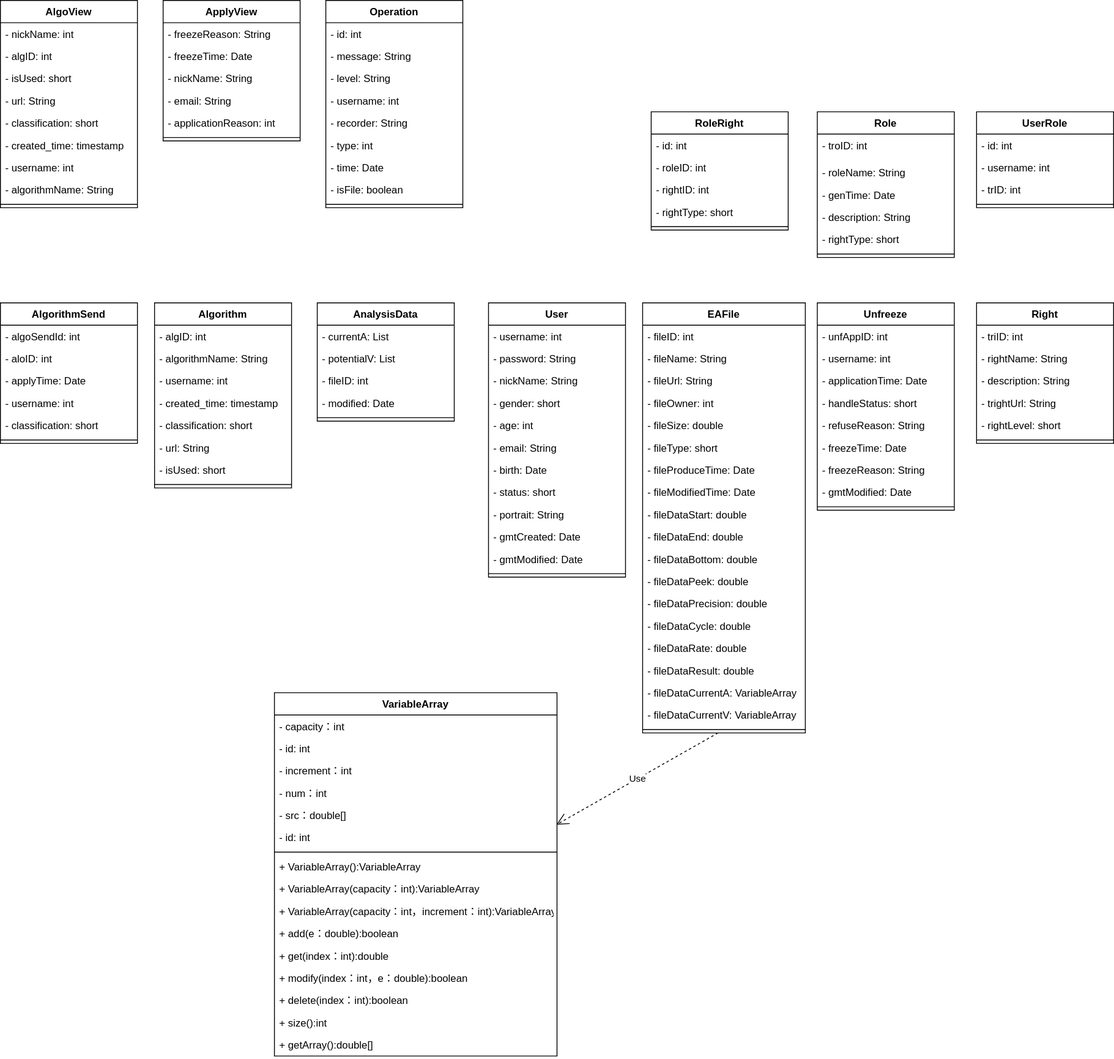
JDsen99/UML keeps this draw.io diagram as entity.svg. Above is the earlier version. Source tidied: cells renumbered, new cells last; positions are measured from the earlier drawing's top-left corner, leaving out a move shared by most shapes.
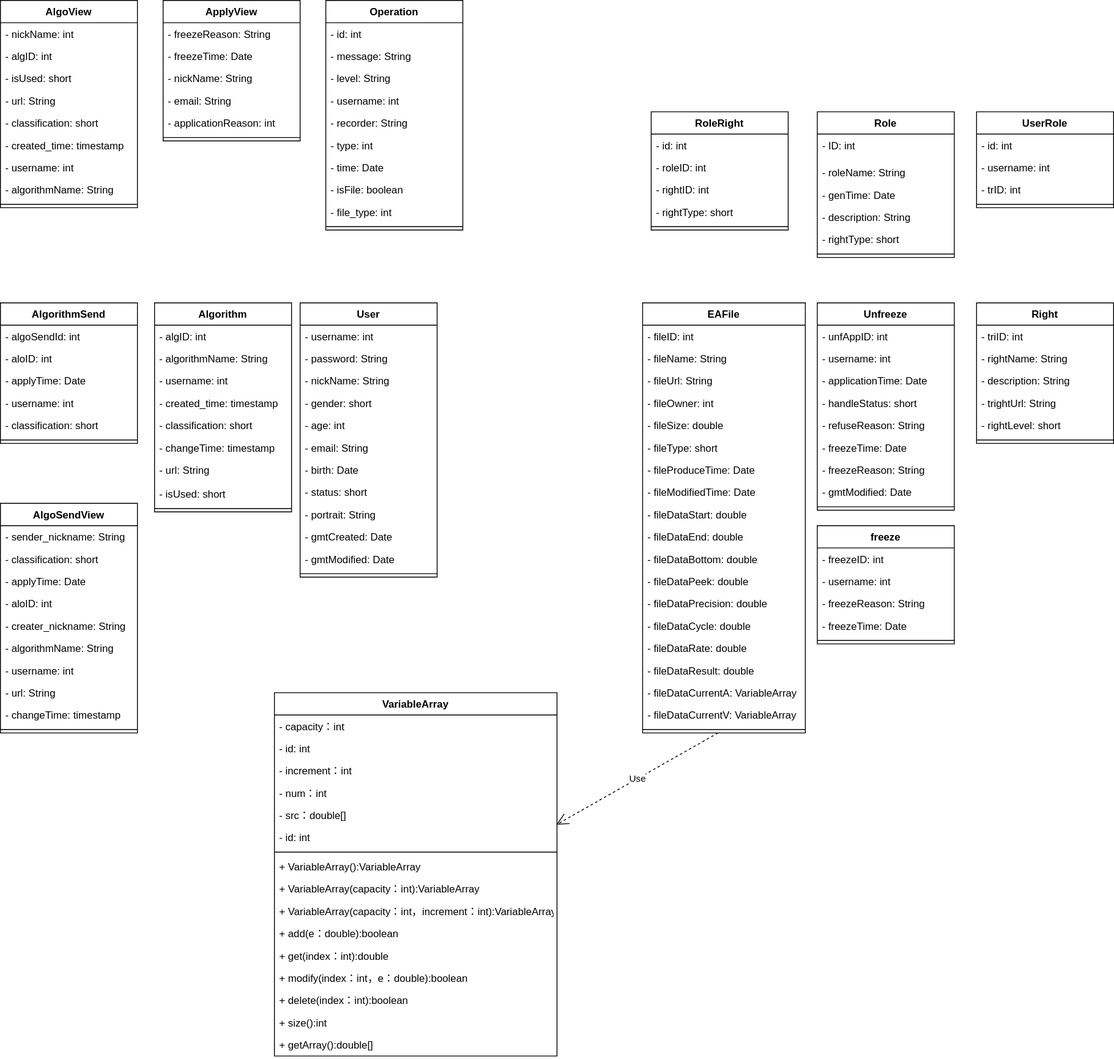
After the commit.

Change to the diagram source:
```diff
@@ -2,26 +2,8 @@
   <root>
     <mxCell id="0" />
     <mxCell id="1" parent="0" />
-    <mxCell id="2" value="AnalysisData" style="swimlane;fontStyle=1;align=center;verticalAlign=top;horizontal=1;startSize=26;rounded=0;shadow=0;glass=0;sketch=0;" parent="1" vertex="1">
-      <mxGeometry x="370" y="353" width="160" height="138" as="geometry" />
-    </mxCell>
-    <mxCell id="3" value="- currentA: List" style="text;strokeColor=none;fillColor=none;align=left;verticalAlign=top;spacingLeft=4;spacingRight=4;overflow=hidden;" parent="2" vertex="1">
-      <mxGeometry y="26" width="160" height="26" as="geometry" />
-    </mxCell>
-    <mxCell id="4" value="- potentialV: List" style="text;strokeColor=none;fillColor=none;align=left;verticalAlign=top;spacingLeft=4;spacingRight=4;overflow=hidden;" parent="2" vertex="1">
-      <mxGeometry y="52" width="160" height="26" as="geometry" />
-    </mxCell>
-    <mxCell id="5" value="- fileID: int" style="text;strokeColor=none;fillColor=none;align=left;verticalAlign=top;spacingLeft=4;spacingRight=4;overflow=hidden;" parent="2" vertex="1">
-      <mxGeometry y="78" width="160" height="26" as="geometry" />
-    </mxCell>
-    <mxCell id="6" value="- modified: Date" style="text;strokeColor=none;fillColor=none;align=left;verticalAlign=top;spacingLeft=4;spacingRight=4;overflow=hidden;" parent="2" vertex="1">
-      <mxGeometry y="104" width="160" height="26" as="geometry" />
-    </mxCell>
-    <mxCell id="7" style="line;strokeWidth=1;fillColor=none;align=left;verticalAlign=middle;spacingTop=-1;spacingLeft=3;spacingRight=3;labelPosition=right;" parent="2" vertex="1">
-      <mxGeometry y="130" width="160" height="8" as="geometry" />
-    </mxCell>
     <mxCell id="8" value="Algorithm" style="swimlane;fontStyle=1;align=center;verticalAlign=top;horizontal=1;startSize=26;rounded=0;shadow=0;glass=0;sketch=0;" parent="1" vertex="1">
-      <mxGeometry x="180" y="353" width="160" height="216" as="geometry" />
+      <mxGeometry x="180" y="353" width="160" height="244" as="geometry" />
     </mxCell>
     <mxCell id="9" value="- algID: int" style="text;strokeColor=none;fillColor=none;align=left;verticalAlign=top;spacingLeft=4;spacingRight=4;overflow=hidden;" parent="8" vertex="1">
       <mxGeometry y="26" width="160" height="26" as="geometry" />
@@ -38,17 +20,20 @@
     <mxCell id="13" value="- classification: short" style="text;strokeColor=none;fillColor=none;align=left;verticalAlign=top;spacingLeft=4;spacingRight=4;overflow=hidden;" parent="8" vertex="1">
       <mxGeometry y="130" width="160" height="26" as="geometry" />
     </mxCell>
+    <mxCell id="137" value="- changeTime: timestamp" style="text;strokeColor=none;fillColor=none;align=left;verticalAlign=top;spacingLeft=4;spacingRight=4;overflow=hidden;" parent="8" vertex="1">
+      <mxGeometry y="156" width="160" height="26" as="geometry" />
+    </mxCell>
     <mxCell id="14" value="- url: String" style="text;strokeColor=none;fillColor=none;align=left;verticalAlign=top;spacingLeft=4;spacingRight=4;overflow=hidden;" parent="8" vertex="1">
-      <mxGeometry y="156" width="160" height="26" as="geometry" />
+      <mxGeometry y="182" width="160" height="28" as="geometry" />
     </mxCell>
     <mxCell id="15" value="- isUsed: short" style="text;strokeColor=none;fillColor=none;align=left;verticalAlign=top;spacingLeft=4;spacingRight=4;overflow=hidden;" parent="8" vertex="1">
-      <mxGeometry y="182" width="160" height="26" as="geometry" />
+      <mxGeometry y="210" width="160" height="26" as="geometry" />
     </mxCell>
     <mxCell id="16" style="line;strokeWidth=1;fillColor=none;align=left;verticalAlign=middle;spacingTop=-1;spacingLeft=3;spacingRight=3;labelPosition=right;" parent="8" vertex="1">
-      <mxGeometry y="208" width="160" height="8" as="geometry" />
+      <mxGeometry y="236" width="160" height="8" as="geometry" />
     </mxCell>
     <mxCell id="17" value="User" style="swimlane;fontStyle=1;align=center;verticalAlign=top;horizontal=1;startSize=26;rounded=0;shadow=0;glass=0;sketch=0;" parent="1" vertex="1">
-      <mxGeometry x="570" y="353" width="160" height="320" as="geometry" />
+      <mxGeometry x="350" y="353" width="160" height="320" as="geometry" />
     </mxCell>
     <mxCell id="18" value="- username: int" style="text;strokeColor=none;fillColor=none;align=left;verticalAlign=top;spacingLeft=4;spacingRight=4;overflow=hidden;" parent="17" vertex="1">
       <mxGeometry y="26" width="160" height="26" as="geometry" />
@@ -221,7 +206,7 @@
     <mxCell id="74" value="Role" style="swimlane;fontStyle=1;align=center;verticalAlign=top;horizontal=1;startSize=26;rounded=0;shadow=0;glass=0;sketch=0;" parent="1" vertex="1">
       <mxGeometry x="954" y="130" width="160" height="170" as="geometry" />
     </mxCell>
-    <mxCell id="75" value="- troID: int" style="text;strokeColor=none;fillColor=none;align=left;verticalAlign=top;spacingLeft=4;spacingRight=4;overflow=hidden;" parent="74" vertex="1">
+    <mxCell id="75" value="- ID: int" style="text;strokeColor=none;fillColor=none;align=left;verticalAlign=top;spacingLeft=4;spacingRight=4;overflow=hidden;" parent="74" vertex="1">
       <mxGeometry y="26" width="160" height="32" as="geometry" />
     </mxCell>
     <mxCell id="76" value="- roleName: String" style="text;strokeColor=none;fillColor=none;align=left;verticalAlign=top;spacingLeft=4;spacingRight=4;overflow=hidden;" parent="74" vertex="1">
@@ -324,7 +309,7 @@
       <mxGeometry y="234" width="160" height="8" as="geometry" />
     </mxCell>
     <mxCell id="109" value="Operation" style="swimlane;fontStyle=1;align=center;verticalAlign=top;horizontal=1;startSize=26;rounded=0;shadow=0;glass=0;sketch=0;" parent="1" vertex="1">
-      <mxGeometry x="380" width="160" height="242" as="geometry" />
+      <mxGeometry x="380" width="160" height="268" as="geometry" />
     </mxCell>
     <mxCell id="110" value="- id: int" style="text;strokeColor=none;fillColor=none;align=left;verticalAlign=top;spacingLeft=4;spacingRight=4;overflow=hidden;" parent="109" vertex="1">
       <mxGeometry y="26" width="160" height="26" as="geometry" />
@@ -347,11 +332,14 @@
     <mxCell id="116" value="- time: Date" style="text;strokeColor=none;fillColor=none;align=left;verticalAlign=top;spacingLeft=4;spacingRight=4;overflow=hidden;" parent="109" vertex="1">
       <mxGeometry y="182" width="160" height="26" as="geometry" />
     </mxCell>
+    <mxCell id="138" value="- isFile: boolean" style="text;strokeColor=none;fillColor=none;align=left;verticalAlign=top;spacingLeft=4;spacingRight=4;overflow=hidden;" parent="109" vertex="1">
+      <mxGeometry y="208" width="160" height="26" as="geometry" />
+    </mxCell>
-    <mxCell id="117" value="- isFile: boolean" style="text;strokeColor=none;fillColor=none;align=left;verticalAlign=top;spacingLeft=4;spacingRight=4;overflow=hidden;" parent="109" vertex="1">
-      <mxGeometry y="208" width="160" height="26" as="geometry" />
+    <mxCell id="117" value="- file_type: int" style="text;strokeColor=none;fillColor=none;align=left;verticalAlign=top;spacingLeft=4;spacingRight=4;overflow=hidden;" parent="109" vertex="1">
+      <mxGeometry y="234" width="160" height="26" as="geometry" />
     </mxCell>
     <mxCell id="118" style="line;strokeWidth=1;fillColor=none;align=left;verticalAlign=middle;spacingTop=-1;spacingLeft=3;spacingRight=3;labelPosition=right;" parent="109" vertex="1">
-      <mxGeometry y="234" width="160" height="8" as="geometry" />
+      <mxGeometry y="260" width="160" height="8" as="geometry" />
     </mxCell>
     <mxCell id="119" value="VariableArray" style="swimlane;fontStyle=1;align=center;verticalAlign=top;horizontal=1;startSize=26;rounded=0;shadow=0;glass=0;sketch=0;" parent="1" vertex="1">
       <mxGeometry x="320" y="808" width="330" height="424" as="geometry" />
@@ -407,5 +395,56 @@
     <mxCell id="136" value="Use" style="endArrow=open;endSize=12;dashed=1;html=1;entryX=0.998;entryY=-0.077;entryDx=0;entryDy=0;entryPerimeter=0;" parent="1" edge="1" source="56" target="125">
       <mxGeometry relative="1" as="geometry" />
     </mxCell>
+    <mxCell id="139" value="AlgoSendView" style="swimlane;fontStyle=1;align=center;verticalAlign=top;horizontal=1;startSize=26;rounded=0;shadow=0;glass=0;sketch=0;" parent="1" vertex="1">
+      <mxGeometry y="587" width="160" height="268" as="geometry" />
+    </mxCell>
+    <mxCell id="140" value="- sender_nickname: String" style="text;strokeColor=none;fillColor=none;align=left;verticalAlign=top;spacingLeft=4;spacingRight=4;overflow=hidden;" parent="139" vertex="1">
+      <mxGeometry y="26" width="160" height="26" as="geometry" />
+    </mxCell>
+    <mxCell id="141" value="- classification: short" style="text;strokeColor=none;fillColor=none;align=left;verticalAlign=top;spacingLeft=4;spacingRight=4;overflow=hidden;" parent="139" vertex="1">
+      <mxGeometry y="52" width="160" height="26" as="geometry" />
+    </mxCell>
+    <mxCell id="142" value="- applyTime: Date" style="text;strokeColor=none;fillColor=none;align=left;verticalAlign=top;spacingLeft=4;spacingRight=4;overflow=hidden;" parent="139" vertex="1">
+      <mxGeometry y="78" width="160" height="26" as="geometry" />
+    </mxCell>
+    <mxCell id="143" value="- aloID: int" style="text;strokeColor=none;fillColor=none;align=left;verticalAlign=top;spacingLeft=4;spacingRight=4;overflow=hidden;" parent="139" vertex="1">
+      <mxGeometry y="104" width="160" height="26" as="geometry" />
+    </mxCell>
+    <mxCell id="144" value="- creater_nickname: String" style="text;strokeColor=none;fillColor=none;align=left;verticalAlign=top;spacingLeft=4;spacingRight=4;overflow=hidden;" parent="139" vertex="1">
+      <mxGeometry y="130" width="160" height="26" as="geometry" />
+    </mxCell>
+    <mxCell id="145" value="- algorithmName: String" style="text;strokeColor=none;fillColor=none;align=left;verticalAlign=top;spacingLeft=4;spacingRight=4;overflow=hidden;" parent="139" vertex="1">
+      <mxGeometry y="156" width="160" height="26" as="geometry" />
+    </mxCell>
+    <mxCell id="146" value="- username: int" style="text;strokeColor=none;fillColor=none;align=left;verticalAlign=top;spacingLeft=4;spacingRight=4;overflow=hidden;" parent="139" vertex="1">
+      <mxGeometry y="182" width="160" height="26" as="geometry" />
+    </mxCell>
+    <mxCell id="147" value="- url: String" style="text;strokeColor=none;fillColor=none;align=left;verticalAlign=top;spacingLeft=4;spacingRight=4;overflow=hidden;" parent="139" vertex="1">
+      <mxGeometry y="208" width="160" height="26" as="geometry" />
+    </mxCell>
+    <mxCell id="148" value="- changeTime: timestamp" style="text;strokeColor=none;fillColor=none;align=left;verticalAlign=top;spacingLeft=4;spacingRight=4;overflow=hidden;" parent="139" vertex="1">
+      <mxGeometry y="234" width="160" height="26" as="geometry" />
+    </mxCell>
+    <mxCell id="149" style="line;strokeWidth=1;fillColor=none;align=left;verticalAlign=middle;spacingTop=-1;spacingLeft=3;spacingRight=3;labelPosition=right;" parent="139" vertex="1">
+      <mxGeometry y="260" width="160" height="8" as="geometry" />
+    </mxCell>
+    <mxCell id="150" value="freeze" style="swimlane;fontStyle=1;align=center;verticalAlign=top;horizontal=1;startSize=26;rounded=0;shadow=0;glass=0;sketch=0;" parent="1" vertex="1">
+      <mxGeometry x="954" y="613" width="160" height="138" as="geometry" />
+    </mxCell>
+    <mxCell id="151" value="- freezeID: int" style="text;strokeColor=none;fillColor=none;align=left;verticalAlign=top;spacingLeft=4;spacingRight=4;overflow=hidden;" parent="150" vertex="1">
+      <mxGeometry y="26" width="160" height="26" as="geometry" />
+    </mxCell>
+    <mxCell id="152" value="- username: int" style="text;strokeColor=none;fillColor=none;align=left;verticalAlign=top;spacingLeft=4;spacingRight=4;overflow=hidden;" parent="150" vertex="1">
+      <mxGeometry y="52" width="160" height="26" as="geometry" />
+    </mxCell>
+    <mxCell id="153" value="- freezeReason: String" style="text;strokeColor=none;fillColor=none;align=left;verticalAlign=top;spacingLeft=4;spacingRight=4;overflow=hidden;" parent="150" vertex="1">
+      <mxGeometry y="78" width="160" height="26" as="geometry" />
+    </mxCell>
+    <mxCell id="154" value="- freezeTime: Date" style="text;strokeColor=none;fillColor=none;align=left;verticalAlign=top;spacingLeft=4;spacingRight=4;overflow=hidden;" parent="150" vertex="1">
+      <mxGeometry y="104" width="160" height="26" as="geometry" />
+    </mxCell>
+    <mxCell id="7" style="line;strokeWidth=1;fillColor=none;align=left;verticalAlign=middle;spacingTop=-1;spacingLeft=3;spacingRight=3;labelPosition=right;" parent="150" vertex="1">
+      <mxGeometry y="130" width="160" height="8" as="geometry" />
+    </mxCell>
   </root>
 </mxGraphModel>
```
